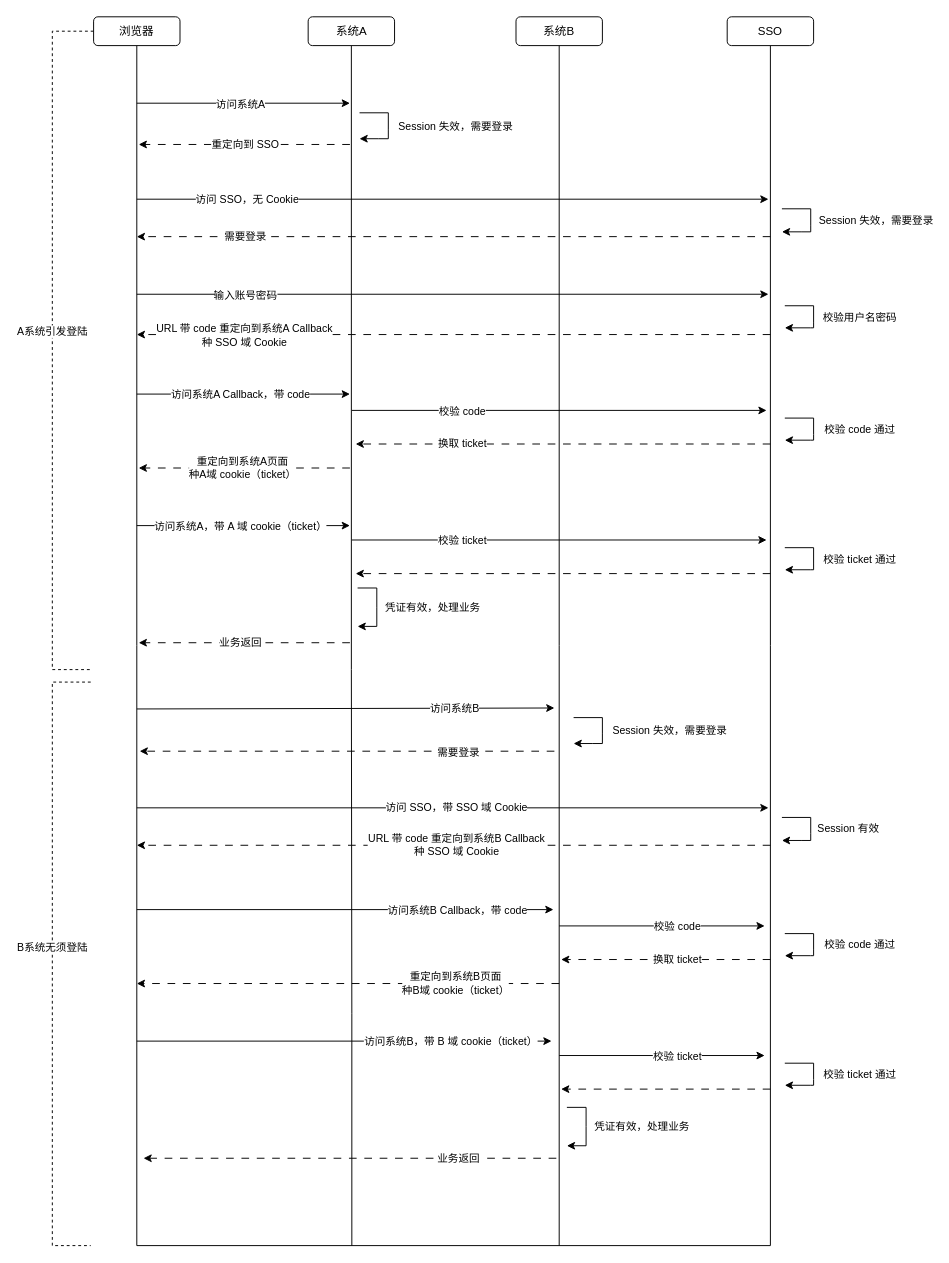
Before: 面试必问：cookie、session、token、jwt、单点登录，都是怎么用的.drawio in HaiHuangCHN/diagrams, a draw.io diagram. Source tidied: cells renumbered, new cells numbered last; positions are measured from the earlier drawing's top-left corner, leaving out a move shared by most shapes. Both pictures are drawn from the tidied source at 96%, with x=0, y=0 at pixel (52, 16).
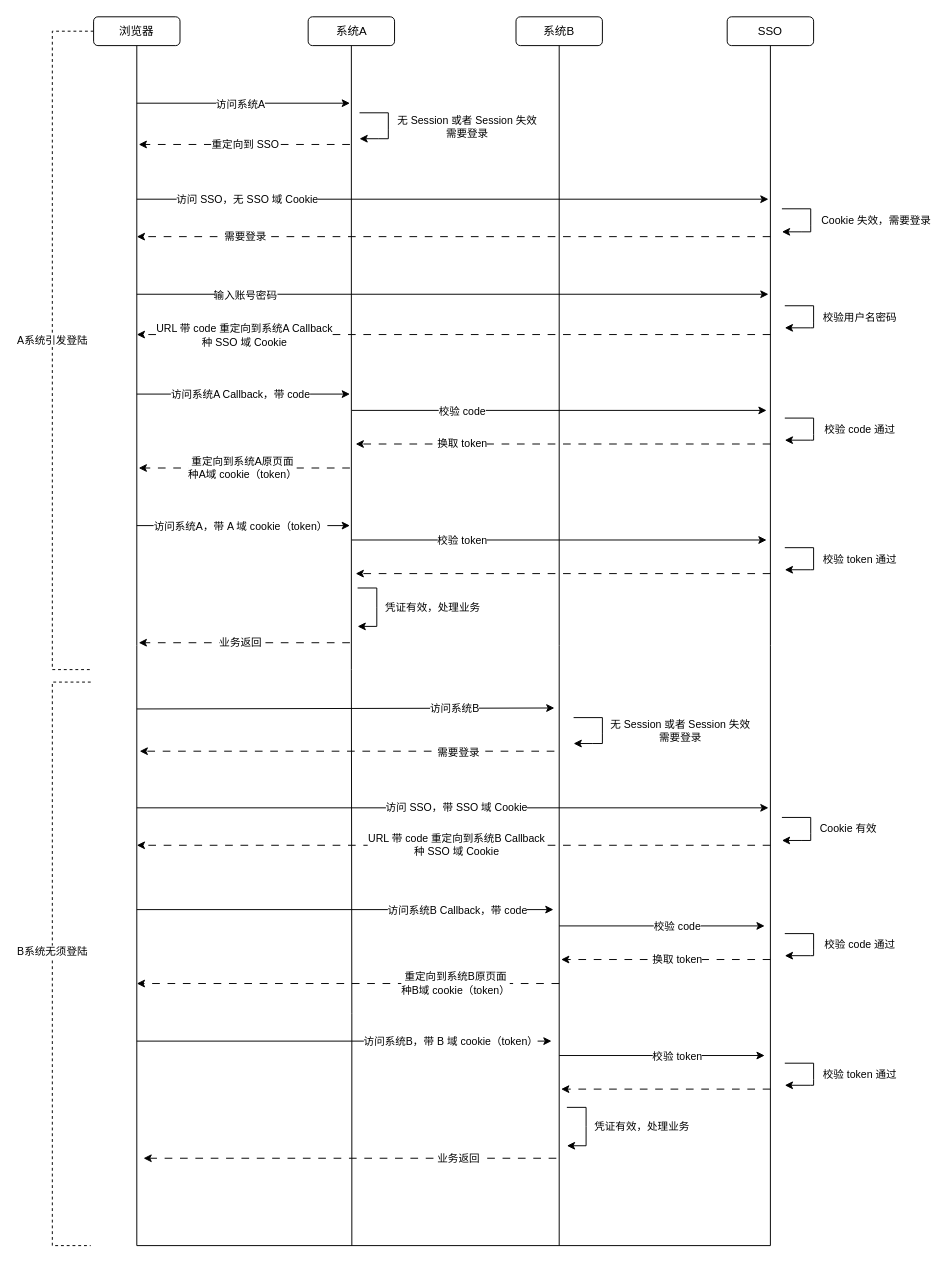
The same diagram, later.

Commit message:
更新面试必问：cookie、session、token、jwt、单点登录，都是怎么用的.drawio

The change refers to these unchanged cells:
```xml
<mxCell id="3" style="edgeStyle=orthogonalEdgeStyle;rounded=0;jettySize=auto;html=1;strokeColor=default;dashed=1;startArrow=none;startFill=0;endArrow=none;endFill=0;" parent="1" edge="1" source="5">
  <mxGeometry relative="1" as="geometry">
    <mxPoint x="40" y="680" as="targetPoint" />
    <Array as="points">
      <mxPoint y="15" />
      <mxPoint y="680" />
    </Array>
  </mxGeometry>
</mxCell>
<mxCell id="16" style="endArrow=classic;html=1;rounded=0;" parent="1" edge="1">
  <mxGeometry relative="1" as="geometry">
    <mxPoint x="320" y="100" as="sourcePoint" />
    <mxPoint x="320" y="127" as="targetPoint" />
    <Array as="points">
      <mxPoint x="350" y="100" />
      <mxPoint x="350" y="117" />
      <mxPoint x="350" y="127" />
      <mxPoint x="340" y="127" />
    </Array>
  </mxGeometry>
</mxCell>
<mxCell id="18" style="endArrow=classic;html=1;rounded=0;" parent="1" edge="1">
  <mxGeometry relative="1" as="geometry">
    <mxPoint x="88" y="190" as="sourcePoint" />
    <mxPoint x="746" y="190" as="targetPoint" />
  </mxGeometry>
</mxCell>
<mxCell id="20" style="endArrow=classic;html=1;rounded=0;" parent="1" edge="1">
  <mxGeometry relative="1" as="geometry">
    <mxPoint x="760" y="200" as="sourcePoint" />
    <mxPoint x="760" y="224" as="targetPoint" />
    <Array as="points">
      <mxPoint x="790" y="200" />
      <mxPoint x="790" y="217" />
      <mxPoint x="790" y="224" />
      <mxPoint x="780" y="224" />
    </Array>
  </mxGeometry>
</mxCell>
<mxCell id="38" style="endArrow=classic;html=1;rounded=0;dashed=1;dashPattern=8 8;" parent="1" edge="1">
  <mxGeometry relative="1" as="geometry">
    <mxPoint x="748" y="445" as="sourcePoint" />
    <mxPoint x="316" y="445" as="targetPoint" />
  </mxGeometry>
</mxCell>
<mxCell id="40" style="endArrow=classic;html=1;rounded=0;dashed=1;dashPattern=8 8;" parent="1" edge="1">
  <mxGeometry relative="1" as="geometry">
    <mxPoint x="310" y="470" as="sourcePoint" />
    <mxPoint x="90" y="470" as="targetPoint" />
  </mxGeometry>
</mxCell>
<mxCell id="44" style="endArrow=classic;html=1;rounded=0;" parent="1" edge="1">
  <mxGeometry relative="1" as="geometry">
    <mxPoint x="88" y="530" as="sourcePoint" />
    <mxPoint x="310" y="530" as="targetPoint" />
  </mxGeometry>
</mxCell>
<mxCell id="46" style="endArrow=classic;html=1;rounded=0;" parent="1" edge="1">
  <mxGeometry relative="1" as="geometry">
    <mxPoint x="312" y="545" as="sourcePoint" />
    <mxPoint x="744" y="545" as="targetPoint" />
  </mxGeometry>
</mxCell>
<mxCell id="49" style="endArrow=classic;html=1;rounded=0;" parent="1" edge="1">
  <mxGeometry relative="1" as="geometry">
    <mxPoint x="763" y="553" as="sourcePoint" />
    <mxPoint x="763" y="576" as="targetPoint" />
    <Array as="points">
      <mxPoint x="793" y="553" />
      <mxPoint x="793" y="570" />
      <mxPoint x="793" y="576" />
      <mxPoint x="790" y="576" />
      <mxPoint x="783" y="576" />
    </Array>
  </mxGeometry>
</mxCell>
<mxCell id="55" style="edgeStyle=orthogonalEdgeStyle;rounded=0;orthogonalLoop=1;jettySize=auto;html=1;strokeColor=default;dashed=1;startArrow=none;startFill=0;endArrow=none;endFill=0;" parent="1" edge="1">
  <mxGeometry relative="1" as="geometry">
    <mxPoint x="40" y="693" as="sourcePoint" />
    <mxPoint x="40" y="1280" as="targetPoint" />
    <Array as="points">
      <mxPoint y="693" />
      <mxPoint y="1280" />
    </Array>
  </mxGeometry>
</mxCell>
<mxCell id="57" style="endArrow=classic;html=1;rounded=0;" parent="1" edge="1">
  <mxGeometry relative="1" as="geometry">
    <mxPoint x="543" y="730" as="sourcePoint" />
    <mxPoint x="543" y="757" as="targetPoint" />
    <Array as="points">
      <mxPoint x="573" y="730" />
      <mxPoint x="573" y="747" />
      <mxPoint x="573" y="757" />
      <mxPoint x="563" y="757" />
    </Array>
  </mxGeometry>
</mxCell>
<mxCell id="61" style="endArrow=classic;html=1;rounded=0;" parent="1" edge="1">
  <mxGeometry relative="1" as="geometry">
    <mxPoint x="760" y="834" as="sourcePoint" />
    <mxPoint x="760" y="858" as="targetPoint" />
    <Array as="points">
      <mxPoint x="790" y="834" />
      <mxPoint x="790" y="851" />
      <mxPoint x="790" y="858" />
      <mxPoint x="780" y="858" />
    </Array>
  </mxGeometry>
</mxCell>
<mxCell id="69" style="endArrow=classic;html=1;rounded=0;dashed=1;dashPattern=8 8;" parent="1" edge="1">
  <mxGeometry relative="1" as="geometry">
    <mxPoint x="748" y="982" as="sourcePoint" />
    <mxPoint x="530" y="982" as="targetPoint" />
  </mxGeometry>
</mxCell>
<mxCell id="71" style="endArrow=classic;html=1;rounded=0;dashed=1;dashPattern=8 8;" parent="1" edge="1">
  <mxGeometry relative="1" as="geometry">
    <mxPoint x="528" y="1007" as="sourcePoint" />
    <mxPoint x="88" y="1007" as="targetPoint" />
  </mxGeometry>
</mxCell>
<mxCell id="75" style="endArrow=classic;html=1;rounded=0;" parent="1" edge="1">
  <mxGeometry relative="1" as="geometry">
    <mxPoint x="88" y="1067" as="sourcePoint" />
    <mxPoint x="520" y="1067" as="targetPoint" />
  </mxGeometry>
</mxCell>
<mxCell id="77" style="endArrow=classic;html=1;rounded=0;" parent="1" edge="1">
  <mxGeometry relative="1" as="geometry">
    <mxPoint x="528" y="1082" as="sourcePoint" />
    <mxPoint x="742" y="1082" as="targetPoint" />
  </mxGeometry>
</mxCell>
<mxCell id="80" style="endArrow=classic;html=1;rounded=0;" parent="1" edge="1">
  <mxGeometry relative="1" as="geometry">
    <mxPoint x="763" y="1090" as="sourcePoint" />
    <mxPoint x="763" y="1113" as="targetPoint" />
    <Array as="points">
      <mxPoint x="793" y="1090" />
      <mxPoint x="793" y="1107" />
      <mxPoint x="793" y="1113" />
      <mxPoint x="790" y="1113" />
      <mxPoint x="783" y="1113" />
    </Array>
  </mxGeometry>
</mxCell>
```

What changed in the source:
```diff
@@
     <mxCell id="4" value="A系统引发登陆" style="edgeLabel;html=1;align=center;verticalAlign=middle;" parent="3" vertex="1">
       <mxGeometry x="-0.06" y="-1" relative="1" as="geometry">
-        <mxPoint y="3" as="offset" />
+        <mxPoint y="12" as="offset" />
       </mxGeometry>
     </mxCell>
@@
-    <mxCell id="17" value="Session 失效，需要登录" style="edgeLabel;html=1;align=center;verticalAlign=middle;" parent="16" vertex="1">
+    <mxCell id="17" value="无 Session 或者 Session 失效&lt;div&gt;需要登录&lt;/div&gt;" style="edgeLabel;html=1;align=center;verticalAlign=middle;" parent="16" vertex="1">
       <mxGeometry x="-0.02" y="-1" relative="1" as="geometry">
-        <mxPoint x="70" as="offset" />
+        <mxPoint x="82" y="1" as="offset" />
       </mxGeometry>
     </mxCell>
@@
-    <mxCell id="19" value="访问 SSO，无 Cookie" style="edgeLabel;html=1;align=center;verticalAlign=middle;" parent="18" vertex="1">
+    <mxCell id="19" value="访问 SSO，无 SSO 域 Cookie" style="edgeLabel;html=1;align=center;verticalAlign=middle;" parent="18" vertex="1">
       <mxGeometry x="-0.32" y="-1" relative="1" as="geometry">
         <mxPoint x="-110" y="-2" as="offset" />
       </mxGeometry>
     </mxCell>
@@
-    <mxCell id="21" value="Session 失效，需要登录" style="edgeLabel;html=1;align=center;verticalAlign=middle;" parent="20" vertex="1">
+    <mxCell id="21" value="Cookie 失效，需要登录" style="edgeLabel;html=1;align=center;verticalAlign=middle;" parent="20" vertex="1">
       <mxGeometry x="-0.02" y="-1" relative="1" as="geometry">
         <mxPoint x="68" as="offset" />
       </mxGeometry>
     </mxCell>
@@
-    <mxCell id="39" value="换取 ticket" style="edgeLabel;html=1;align=center;verticalAlign=middle;" parent="38" vertex="1">
+    <mxCell id="39" value="换取 token" style="edgeLabel;html=1;align=center;verticalAlign=middle;" parent="38" vertex="1">
       <mxGeometry x="-0.32" y="-1" relative="1" as="geometry">
         <mxPoint x="-175" as="offset" />
       </mxGeometry>
     </mxCell>
@@
-    <mxCell id="41" value="重定向到系统A页面&lt;div&gt;种A域 cookie（ticket）&lt;/div&gt;" style="edgeLabel;html=1;align=center;verticalAlign=middle;" parent="40" vertex="1">
+    <mxCell id="41" value="重定向到系统A原页面&lt;div&gt;种A域 cookie（token）&lt;/div&gt;" style="edgeLabel;html=1;align=center;verticalAlign=middle;" parent="40" vertex="1">
       <mxGeometry x="-0.32" y="-1" relative="1" as="geometry">
         <mxPoint x="-38" as="offset" />
       </mxGeometry>
     </mxCell>
@@
-    <mxCell id="45" value="访问系统A，带 A 域 cookie（ticket）" style="edgeLabel;html=1;align=center;verticalAlign=middle;" parent="44" vertex="1">
+    <mxCell id="45" value="访问系统A，带 A 域 cookie（token）" style="edgeLabel;html=1;align=center;verticalAlign=middle;" parent="44" vertex="1">
       <mxGeometry x="-0.32" y="-1" relative="1" as="geometry">
         <mxPoint x="32" y="-1" as="offset" />
       </mxGeometry>
     </mxCell>
@@
-    <mxCell id="47" value="校验 ticket" style="edgeLabel;html=1;align=center;verticalAlign=middle;" parent="46" vertex="1">
+    <mxCell id="47" value="校验 token" style="edgeLabel;html=1;align=center;verticalAlign=middle;" parent="46" vertex="1">
       <mxGeometry x="-0.32" y="-1" relative="1" as="geometry">
         <mxPoint x="-33" y="-1" as="offset" />
       </mxGeometry>
     </mxCell>
@@
-    <mxCell id="50" value="校验 ticket 通过" style="edgeLabel;html=1;align=center;verticalAlign=middle;" parent="49" vertex="1">
+    <mxCell id="50" value="校验 token&amp;nbsp;通过" style="edgeLabel;html=1;align=center;verticalAlign=middle;" parent="49" vertex="1">
       <mxGeometry x="-0.02" y="-1" relative="1" as="geometry">
         <mxPoint x="48" as="offset" />
       </mxGeometry>
     </mxCell>
@@
     <mxCell id="56" value="B系统无须登陆" style="edgeLabel;html=1;align=center;verticalAlign=middle;" parent="55" vertex="1">
       <mxGeometry x="-0.06" y="-1" relative="1" as="geometry">
-        <mxPoint y="3" as="offset" />
+        <mxPoint y="7" as="offset" />
       </mxGeometry>
     </mxCell>
@@
-    <mxCell id="58" value="Session 失效，需要登录" style="edgeLabel;html=1;align=center;verticalAlign=middle;" parent="57" vertex="1">
+    <mxCell id="58" value="无 Session 或者 Session 失效&lt;div&gt;需要登录&lt;/div&gt;" style="edgeLabel;html=1;align=center;verticalAlign=middle;" parent="57" vertex="1">
       <mxGeometry x="-0.02" y="-1" relative="1" as="geometry">
-        <mxPoint x="70" as="offset" />
+        <mxPoint x="81" as="offset" />
       </mxGeometry>
     </mxCell>
@@
-    <mxCell id="62" value="Session 有效" style="edgeLabel;html=1;align=center;verticalAlign=middle;" parent="61" vertex="1">
+    <mxCell id="62" value="Cookie 有效" style="edgeLabel;html=1;align=center;verticalAlign=middle;" parent="61" vertex="1">
       <mxGeometry x="-0.02" y="-1" relative="1" as="geometry">
         <mxPoint x="39" as="offset" />
       </mxGeometry>
     </mxCell>
@@
-    <mxCell id="70" value="换取 ticket" style="edgeLabel;html=1;align=center;verticalAlign=middle;" parent="69" vertex="1">
+    <mxCell id="70" value="换取 token" style="edgeLabel;html=1;align=center;verticalAlign=middle;" parent="69" vertex="1">
       <mxGeometry x="-0.32" y="-1" relative="1" as="geometry">
         <mxPoint x="-24" as="offset" />
       </mxGeometry>
     </mxCell>
@@
-    <mxCell id="72" value="重定向到系统B页面&lt;div&gt;&lt;span style=&quot;background-color: light-dark(#ffffff, var(--ge-dark-color, #121212)); color: light-dark(rgb(0, 0, 0), rgb(255, 255, 255));&quot;&gt;种B域 cookie（ticket）&lt;/span&gt;&lt;/div&gt;" style="edgeLabel;html=1;align=center;verticalAlign=middle;" parent="71" vertex="1">
+    <mxCell id="72" value="重定向到系统B原页面&lt;div&gt;&lt;span style=&quot;background-color: light-dark(#ffffff, var(--ge-dark-color, #121212)); color: light-dark(rgb(0, 0, 0), rgb(255, 255, 255));&quot;&gt;种B域 cookie（&lt;/span&gt;token&lt;span style=&quot;background-color: light-dark(#ffffff, var(--ge-dark-color, #121212)); color: light-dark(rgb(0, 0, 0), rgb(255, 255, 255));&quot;&gt;）&lt;/span&gt;&lt;/div&gt;" style="edgeLabel;html=1;align=center;verticalAlign=middle;" parent="71" vertex="1">
       <mxGeometry x="-0.32" y="-1" relative="1" as="geometry">
         <mxPoint x="41" as="offset" />
       </mxGeometry>
     </mxCell>
@@
-    <mxCell id="76" value="访问系统B，带 B 域 cookie（ticket）" style="edgeLabel;html=1;align=center;verticalAlign=middle;" parent="75" vertex="1">
+    <mxCell id="76" value="访问系统B，带 B 域 cookie（token）" style="edgeLabel;html=1;align=center;verticalAlign=middle;" parent="75" vertex="1">
       <mxGeometry x="-0.32" y="-1" relative="1" as="geometry">
         <mxPoint x="179" y="-1" as="offset" />
       </mxGeometry>
     </mxCell>
@@
-    <mxCell id="78" value="校验 ticket" style="edgeLabel;html=1;align=center;verticalAlign=middle;" parent="77" vertex="1">
+    <mxCell id="78" value="校验 token" style="edgeLabel;html=1;align=center;verticalAlign=middle;" parent="77" vertex="1">
       <mxGeometry x="-0.32" y="-1" relative="1" as="geometry">
         <mxPoint x="49" y="-1" as="offset" />
       </mxGeometry>
     </mxCell>
@@
-    <mxCell id="81" value="校验 ticket 通过" style="edgeLabel;html=1;align=center;verticalAlign=middle;" parent="80" vertex="1">
+    <mxCell id="81" value="校验 token 通过" style="edgeLabel;html=1;align=center;verticalAlign=middle;" parent="80" vertex="1">
       <mxGeometry x="-0.02" y="-1" relative="1" as="geometry">
         <mxPoint x="48" as="offset" />
       </mxGeometry>
     </mxCell>
```
